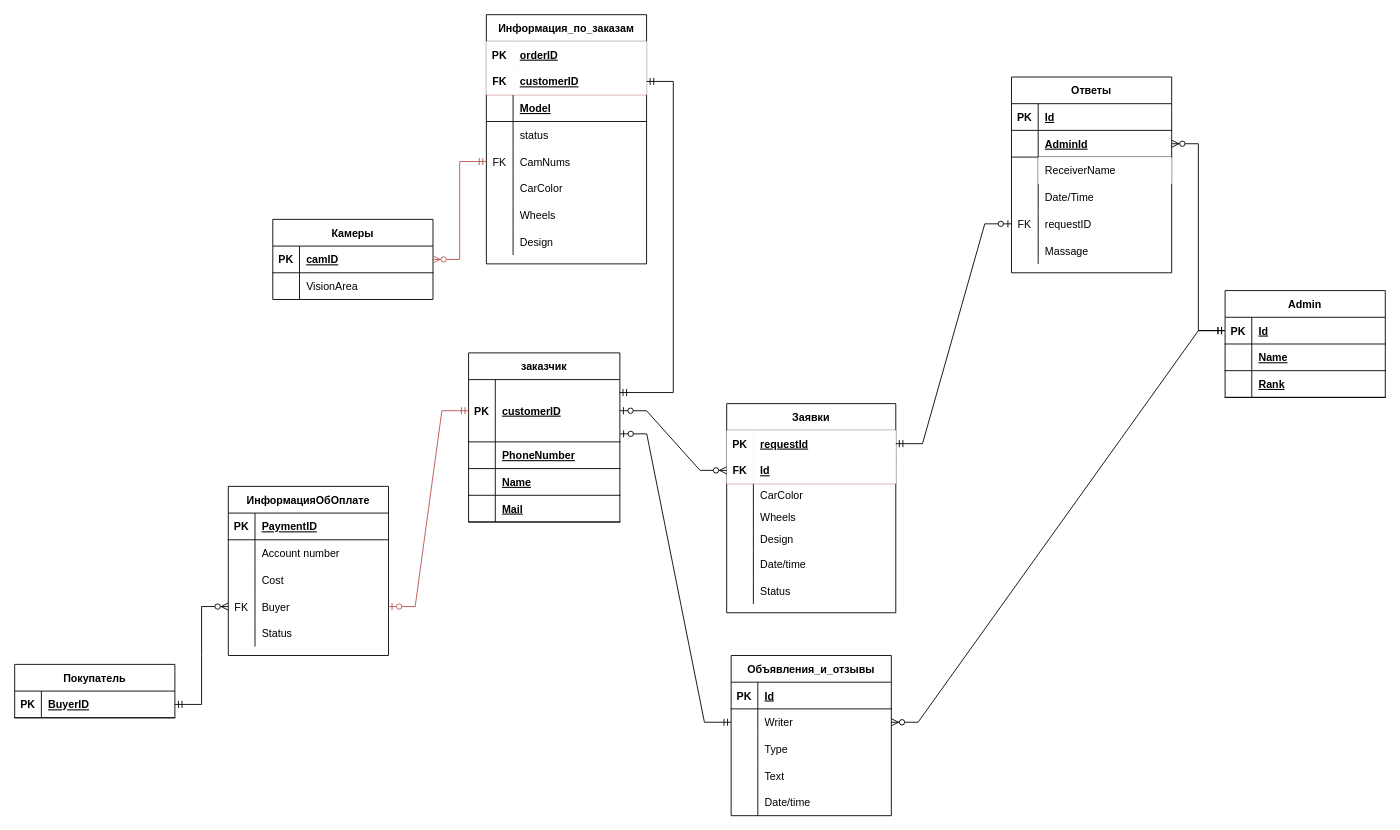
The draw.io diagram DIAGRAMS/ER.drawio in PashkoW/Repository1, before the edit. Source tidied: cells renumbered, new cells numbered last; positions are measured from the earlier drawing's top-left corner, leaving out a move shared by most shapes. Both pictures are drawn from the tidied source at 89%, with x=0, y=0 at pixel (14, 14).
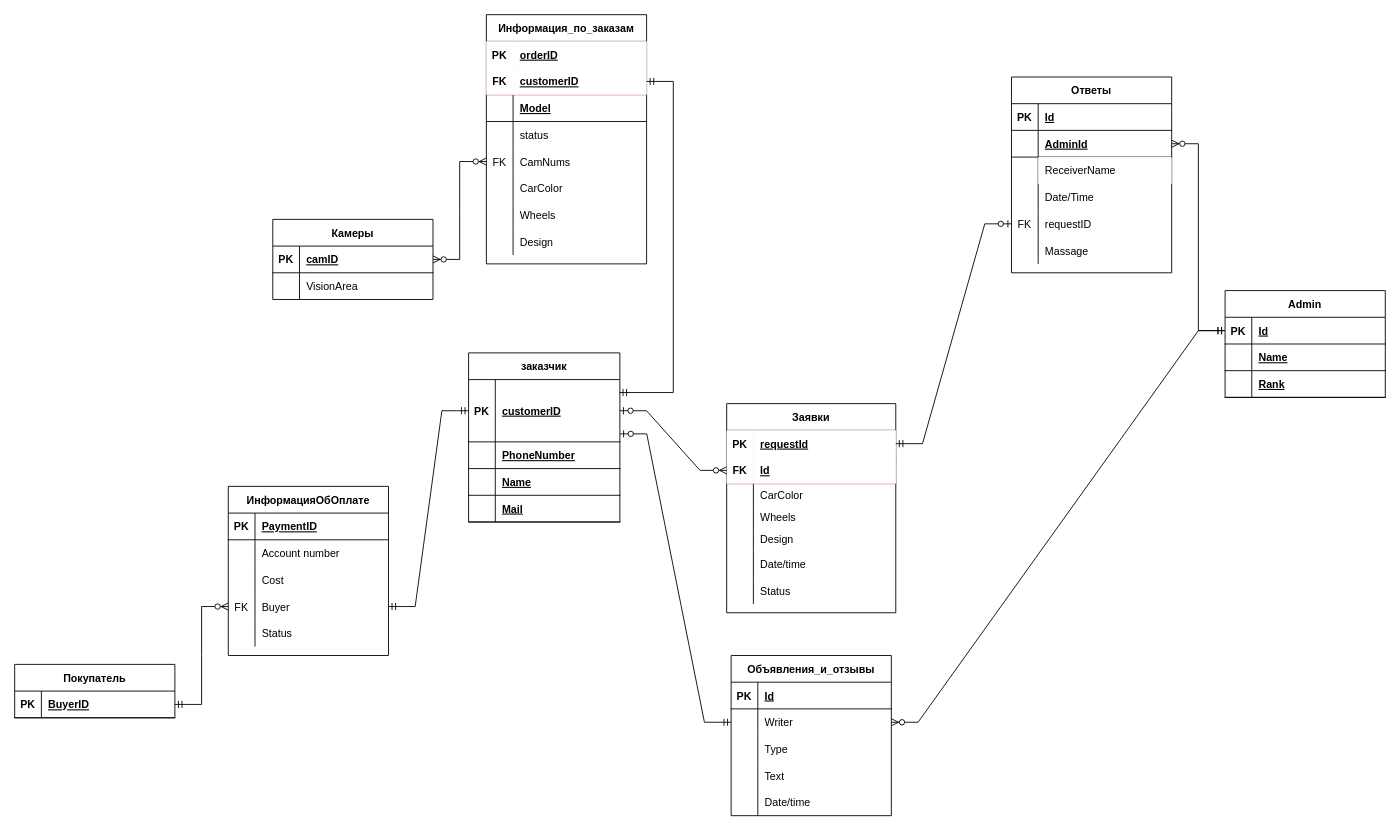
After the change.

The change refers to these unchanged cells:
```xml
<mxCell id="3" style="shape=partialRectangle;fillColor=none;top=0;left=0;bottom=1;right=0;points=[[0,0.5],[1,0.5]];portConstraint=eastwest;" parent="2" vertex="1">
  <mxGeometry y="30" width="170" height="70" as="geometry" />
</mxCell>
<mxCell id="47" style="shape=partialRectangle;fillColor=none;top=0;left=0;bottom=0;right=0;points=[[0,0.5],[1,0.5]];portConstraint=eastwest;" parent="34" vertex="1">
  <mxGeometry y="150" width="180" height="30" as="geometry" />
</mxCell>
<mxCell id="117" style="shape=partialRectangle;fillColor=none;top=0;left=0;bottom=0;right=0;points=[[0,0.5],[1,0.5]];portConstraint=eastwest;" parent="107" vertex="1">
  <mxGeometry y="120" width="180" height="30" as="geometry" />
</mxCell>
<mxCell id="124" style="shape=partialRectangle;fillColor=none;top=0;left=0;bottom=1;right=0;points=[[0,0.5],[1,0.5]];portConstraint=eastwest;" parent="123" vertex="1">
  <mxGeometry y="30" width="180" height="30" as="geometry" />
</mxCell>
```

The edit, as a diff of the source:
```diff
@@
-    <mxCell id="134" style="edgeStyle=entityRelationEdgeStyle;fontSize=12;html=1;endArrow=ERzeroToOne;startArrow=ERmandOne;rounded=0;fillColor=#f8cecc;strokeColor=#b85450;" parent="1" edge="1" source="3" target="117">
-      <mxGeometry relative="1" as="geometry" />
-    </mxCell>
@@
-    <mxCell id="137" style="edgeStyle=entityRelationEdgeStyle;fontSize=12;html=1;endArrow=ERzeroToMany;startArrow=ERmandOne;rounded=0;fillColor=#f8cecc;strokeColor=#b85450;" parent="1" edge="1" source="47" target="124">
-      <mxGeometry relative="1" as="geometry" />
-    </mxCell>
@@
+    <mxCell id="143" style="edgeStyle=entityRelationEdgeStyle;fontSize=12;html=1;endArrow=ERzeroToMany;endFill=1;startArrow=ERzeroToMany;rounded=0;" parent="1" edge="1" source="124" target="47">
+      <mxGeometry relative="1" as="geometry" />
+    </mxCell>
+    <mxCell id="144" style="edgeStyle=entityRelationEdgeStyle;fontSize=12;html=1;endArrow=ERmandOne;startArrow=ERmandOne;rounded=0;" parent="1" edge="1" source="117" target="3">
+      <mxGeometry relative="1" as="geometry" />
+    </mxCell>
```
